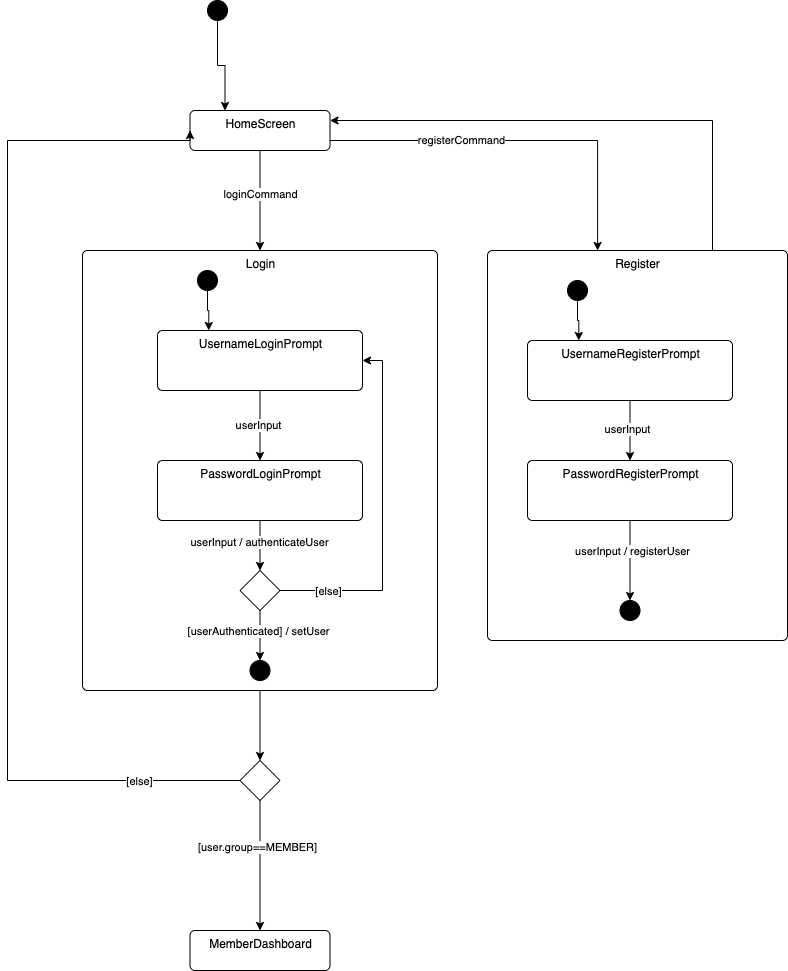
ArthurAtangana/club-management-system keeps this draw.io diagram as diagrams/state.png. Above is the earlier version. Source tidied: cells renumbered, new cells last; positions are measured from the earlier drawing's top-left corner, leaving out a move shared by most shapes.
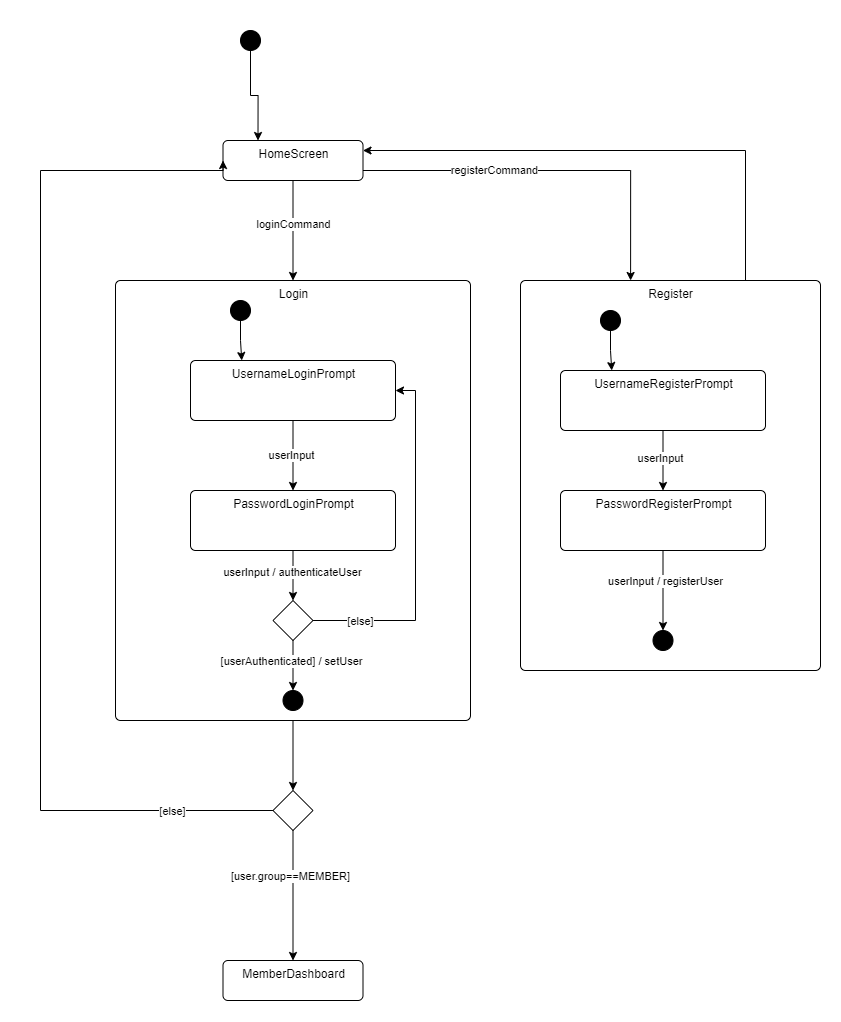
Later version of the same file.

Diff of the diagram source:
```diff
@@ -2,6 +2,9 @@
   <root>
     <mxCell id="0" />
     <mxCell id="1" parent="0" />
+    <mxCell id="42" style="rounded=0;whiteSpace=wrap;html=1;strokeColor=none;" parent="1" vertex="1">
+      <mxGeometry x="-40" y="-30" width="840" height="1020" as="geometry" />
+    </mxCell>
     <mxCell id="2" style="edgeStyle=orthogonalEdgeStyle;rounded=0;jettySize=auto;html=1;exitX=1;exitY=0.75;exitDx=0;exitDy=0;entryX=0.367;entryY=0;entryDx=0;entryDy=0;entryPerimeter=0;" parent="1" edge="1" source="6" target="10">
       <mxGeometry relative="1" as="geometry" />
     </mxCell>
```
